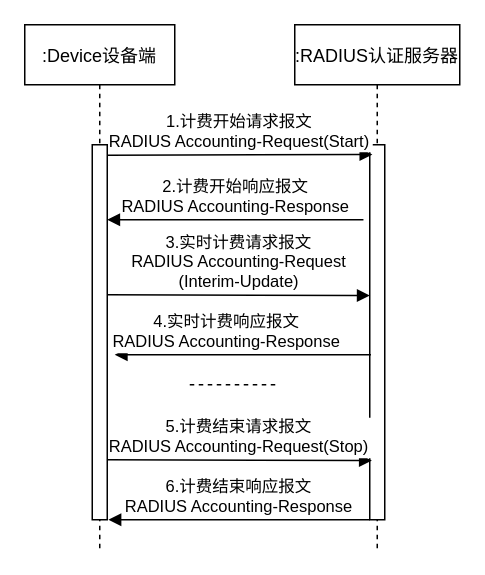
Before: 计费报文流程图.drawio in PATORITU/PATORITU, a draw.io diagram. Source tidied: cells renumbered, new cells numbered last; positions are measured from the earlier drawing's top-left corner, leaving out a move shared by most shapes. Both pictures are drawn from the tidied source at 150%, with x=0, y=0 at pixel (24, 24).
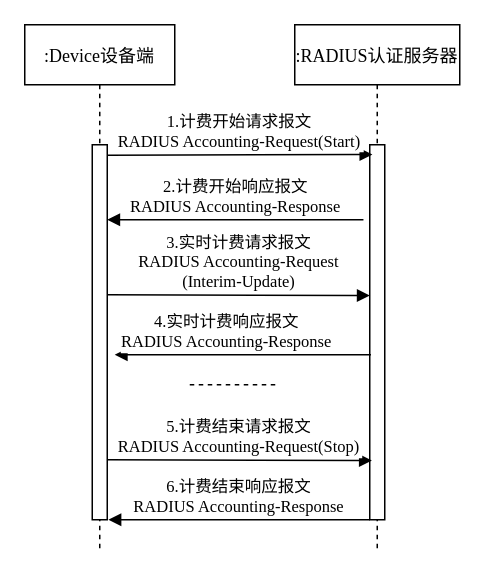
Above is the later version.

Commit message:
更新计费报文流程图.drawio

The edit, as a diff of the source:
```diff
@@
 <mxGraphModel>
   <root>
     <mxCell id="0" />
     <mxCell id="1" parent="0" />
-    <mxCell id="2" value=":Device设备端" style="shape=umlLifeline;perimeter=lifelinePerimeter;rounded=0;shadow=0;strokeWidth=1;" parent="1" vertex="1">
+    <mxCell id="2" value=":Device设备端" style="shape=umlLifeline;perimeter=lifelinePerimeter;rounded=0;shadow=0;strokeWidth=1;fontFamily=Times New Roman;" parent="1" vertex="1">
       <mxGeometry width="100" height="350" as="geometry" />
     </mxCell>
-    <mxCell id="3" style="points=[];perimeter=orthogonalPerimeter;rounded=0;shadow=0;strokeWidth=1;" parent="2" vertex="1">
+    <mxCell id="3" style="points=[];perimeter=orthogonalPerimeter;rounded=0;shadow=0;strokeWidth=1;fontFamily=Times New Roman;" parent="2" vertex="1">
       <mxGeometry x="45" y="80" width="10" height="250" as="geometry" />
     </mxCell>
-    <mxCell id="4" value=":RADIUS认证服务器" style="shape=umlLifeline;perimeter=lifelinePerimeter;rounded=0;shadow=0;strokeWidth=1;" parent="1" vertex="1">
+    <mxCell id="4" value=":RADIUS认证服务器" style="shape=umlLifeline;perimeter=lifelinePerimeter;rounded=0;shadow=0;strokeWidth=1;fontFamily=Times New Roman;" parent="1" vertex="1">
       <mxGeometry x="180" width="110" height="350" as="geometry" />
     </mxCell>
-    <mxCell id="5" style="points=[];perimeter=orthogonalPerimeter;rounded=0;shadow=0;strokeWidth=1;" parent="4" vertex="1">
+    <mxCell id="5" style="points=[];perimeter=orthogonalPerimeter;rounded=0;shadow=0;strokeWidth=1;fontFamily=Times New Roman;" parent="4" vertex="1">
       <mxGeometry x="50" y="80" width="10" height="250" as="geometry" />
     </mxCell>
-    <mxCell id="6" value="1.计费开始请求报文&#10;RADIUS Accounting-Request(Start)" style="verticalAlign=bottom;endArrow=block;entryX=0.175;entryY=0.026;shadow=0;strokeWidth=1;exitX=1.032;exitY=0.028;exitDx=0;exitDy=0;exitPerimeter=0;entryDx=0;entryDy=0;entryPerimeter=0;" parent="1" edge="1" source="3" target="5">
+    <mxCell id="6" value="1.计费开始请求报文&#10;RADIUS Accounting-Request(Start)" style="verticalAlign=bottom;endArrow=block;entryX=0.175;entryY=0.026;shadow=0;strokeWidth=1;exitX=1.032;exitY=0.028;exitDx=0;exitDy=0;exitPerimeter=0;entryDx=0;entryDy=0;entryPerimeter=0;fontFamily=Times New Roman;" parent="1" edge="1" source="3" target="5">
       <mxGeometry relative="1" as="geometry" />
     </mxCell>
-    <mxCell id="7" value="2.计费开始响应报文&#10;RADIUS Accounting-Response" style="verticalAlign=bottom;endArrow=block;shadow=0;strokeWidth=1;exitX=0.083;exitY=0.364;exitDx=0;exitDy=0;exitPerimeter=0;" parent="1" edge="1">
+    <mxCell id="7" value="2.计费开始响应报文&#10;RADIUS Accounting-Response" style="verticalAlign=bottom;endArrow=block;shadow=0;strokeWidth=1;exitX=0.083;exitY=0.364;exitDx=0;exitDy=0;exitPerimeter=0;fontFamily=Times New Roman;" parent="1" edge="1">
       <mxGeometry relative="1" as="geometry">
         <mxPoint x="225.8" y="130" as="sourcePoint" />
         <mxPoint x="55" y="130" as="targetPoint" />
       </mxGeometry>
     </mxCell>
-    <mxCell id="8" value="6.计费结束响应报文&#10;RADIUS Accounting-Response" style="verticalAlign=bottom;endArrow=block;shadow=0;strokeWidth=1;entryX=1.076;entryY=1;entryDx=0;entryDy=0;entryPerimeter=0;" parent="1" edge="1">
+    <mxCell id="8" value="6.计费结束响应报文&#10;RADIUS Accounting-Response" style="verticalAlign=bottom;endArrow=block;shadow=0;strokeWidth=1;entryX=1.076;entryY=1;entryDx=0;entryDy=0;entryPerimeter=0;fontFamily=Times New Roman;" parent="1" edge="1">
       <mxGeometry relative="1" as="geometry">
         <mxPoint x="230" y="330" as="sourcePoint" />
         <mxPoint x="55.8" y="330" as="targetPoint" />
       </mxGeometry>
     </mxCell>
-    <mxCell id="9" value="4.实时计费响应报文&#10;RADIUS Accounting-Response" style="verticalAlign=bottom;endArrow=block;shadow=0;strokeWidth=1;exitX=0.083;exitY=0.364;exitDx=0;exitDy=0;exitPerimeter=0;" parent="1" edge="1">
+    <mxCell id="9" value="4.实时计费响应报文&#10;RADIUS Accounting-Response" style="verticalAlign=bottom;endArrow=block;shadow=0;strokeWidth=1;exitX=0.083;exitY=0.364;exitDx=0;exitDy=0;exitPerimeter=0;fontFamily=Times New Roman;" parent="1" edge="1">
       <mxGeometry x="0.12" relative="1" as="geometry">
         <mxPoint x="230.8" y="220" as="sourcePoint" />
         <mxPoint x="60" y="220" as="targetPoint" />
       </mxGeometry>
     </mxCell>
-    <mxCell id="10" value="3.实时计费请求报文&#10;RADIUS Accounting-Request&#10;(Interim-Update)" style="verticalAlign=bottom;endArrow=block;shadow=0;strokeWidth=1;" parent="1" edge="1">
+    <mxCell id="10" value="3.实时计费请求报文&#10;RADIUS Accounting-Request&#10;(Interim-Update)" style="verticalAlign=bottom;endArrow=block;shadow=0;strokeWidth=1;fontFamily=Times New Roman;" parent="1" edge="1">
       <mxGeometry relative="1" as="geometry">
         <mxPoint x="55" y="180" as="sourcePoint" />
         <mxPoint x="230" y="180.5" as="targetPoint" />
       </mxGeometry>
     </mxCell>
-    <mxCell id="11" value="5.计费结束请求报文&#10;RADIUS Accounting-Request(Stop)" style="verticalAlign=bottom;endArrow=block;shadow=0;strokeWidth=1;entryX=0.137;entryY=0.668;entryDx=0;entryDy=0;entryPerimeter=0;" parent="1" edge="1">
+    <mxCell id="11" value="5.计费结束请求报文&#10;RADIUS Accounting-Request(Stop)" style="verticalAlign=bottom;endArrow=block;shadow=0;strokeWidth=1;entryX=0.137;entryY=0.668;entryDx=0;entryDy=0;entryPerimeter=0;fontFamily=Times New Roman;" parent="1" edge="1">
       <mxGeometry relative="1" as="geometry">
         <mxPoint x="55" y="290" as="sourcePoint" />
         <mxPoint x="231.4" y="290.5" as="targetPoint" />
       </mxGeometry>
     </mxCell>
-    <mxCell id="12" style="endArrow=none;dashed=1;html=1;rounded=0;" parent="1" edge="1">
+    <mxCell id="12" style="endArrow=none;dashed=1;html=1;rounded=0;fontFamily=Times New Roman;" parent="1" edge="1">
       <mxGeometry relative="1" as="geometry">
         <mxPoint x="110" y="240" as="sourcePoint" />
         <mxPoint x="170" y="240" as="targetPoint" />
       </mxGeometry>
     </mxCell>
   </root>
 </mxGraphModel>
```
